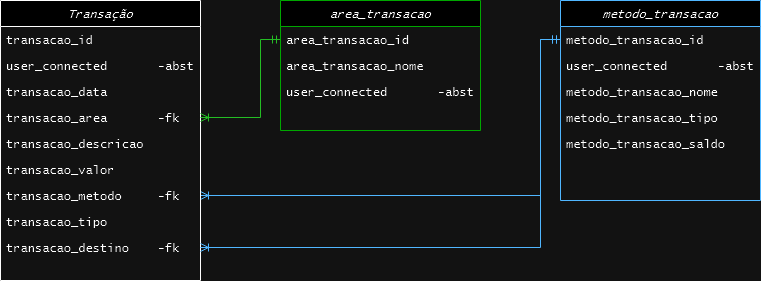
Antonio-Neves/my-money-management keeps this draw.io diagram as utils/my-money-management.png. Above is the earlier version. Source tidied: cells renumbered, new cells last; positions are measured from the earlier drawing's top-left corner, leaving out a move shared by most shapes.
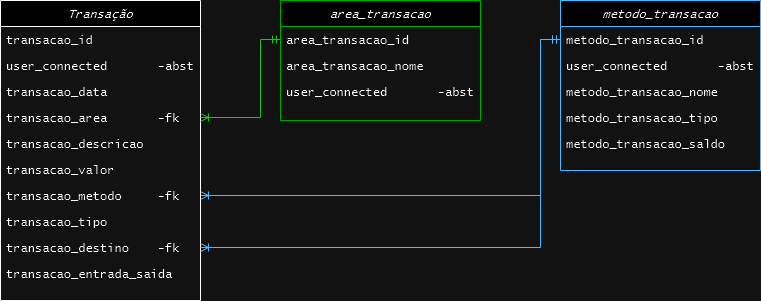
The same file after the commit.

Change to the diagram source:
```diff
@@ -3,7 +3,7 @@
     <mxCell id="0" />
     <mxCell id="1" parent="0" />
     <mxCell id="2" value="metodo_transacao" style="swimlane;fontStyle=2;align=center;verticalAlign=top;horizontal=1;startSize=26;rounded=0;shadow=0;strokeWidth=1;fontFamily=Lucida Console;strokeColor=#0066CC;" parent="1" vertex="1">
-      <mxGeometry x="560" width="200" height="200" as="geometry" />
+      <mxGeometry x="560" width="200" height="170" as="geometry" />
     </mxCell>
     <mxCell id="3" value="metodo_transacao_id" style="text;align=left;verticalAlign=top;spacingLeft=4;spacingRight=4;overflow=hidden;points=[[0,0.5],[1,0.5]];portConstraint=eastwest;fontFamily=Lucida Console;" parent="2" vertex="1">
       <mxGeometry y="26" width="200" height="26" as="geometry" />
@@ -28,7 +28,7 @@
       </mxGeometry>
     </mxCell>
     <mxCell id="9" value="area_transacao" style="swimlane;fontStyle=2;align=center;verticalAlign=top;horizontal=1;startSize=26;rounded=0;shadow=0;strokeWidth=1;fontFamily=Lucida Console;strokeColor=#00CC00;" parent="1" vertex="1">
-      <mxGeometry x="280" width="200" height="130" as="geometry" />
+      <mxGeometry x="280" width="200" height="120" as="geometry" />
     </mxCell>
     <mxCell id="10" value="area_transacao_id" style="text;align=left;verticalAlign=top;spacingLeft=4;spacingRight=4;overflow=hidden;points=[[0,0.5],[1,0.5]];portConstraint=eastwest;fontFamily=Lucida Console;" parent="9" vertex="1">
       <mxGeometry y="26" width="200" height="26" as="geometry" />
@@ -40,7 +40,7 @@
       <mxGeometry y="78" width="200" height="26" as="geometry" />
     </mxCell>
     <mxCell id="13" value="Transação" style="swimlane;fontStyle=2;align=center;verticalAlign=top;horizontal=1;startSize=26;rounded=0;shadow=0;strokeWidth=1;fontFamily=Lucida Console;" parent="1" vertex="1">
-      <mxGeometry width="200" height="280" as="geometry" />
+      <mxGeometry width="200" height="300" as="geometry" />
     </mxCell>
     <mxCell id="14" value="transacao_id" style="text;align=left;verticalAlign=top;spacingLeft=4;spacingRight=4;overflow=hidden;fontFamily=Lucida Console;" parent="13" vertex="1">
       <mxGeometry y="26" width="200" height="26" as="geometry" />
@@ -69,6 +69,9 @@
     <mxCell id="22" value="transacao_destino    -fk" style="text;align=left;verticalAlign=top;spacingLeft=4;spacingRight=4;overflow=hidden;points=[[0,0.5],[1,0.5]];portConstraint=eastwest;rounded=0;shadow=0;html=0;fontFamily=Lucida Console;" parent="13" vertex="1">
       <mxGeometry y="234" width="200" height="26" as="geometry" />
     </mxCell>
+    <mxCell id="25" value="transacao_entrada_saida" style="text;align=left;verticalAlign=top;spacingLeft=4;spacingRight=4;overflow=hidden;rounded=0;shadow=0;html=0;fontFamily=Lucida Console;" parent="13" vertex="1">
+      <mxGeometry y="260" width="200" height="26" as="geometry" />
+    </mxCell>
     <mxCell id="23" style="edgeStyle=elbowEdgeStyle;fontSize=12;html=1;endArrow=ERoneToMany;startArrow=ERmandOne;rounded=0;fontFamily=Lucida Console;entryX=1;entryY=0.5;entryDx=0;entryDy=0;exitX=0;exitY=0.5;exitDx=0;exitDy=0;strokeColor=#0066CC;" parent="1" edge="1" source="3" target="22">
       <mxGeometry relative="1" as="geometry">
         <Array as="points">
```
